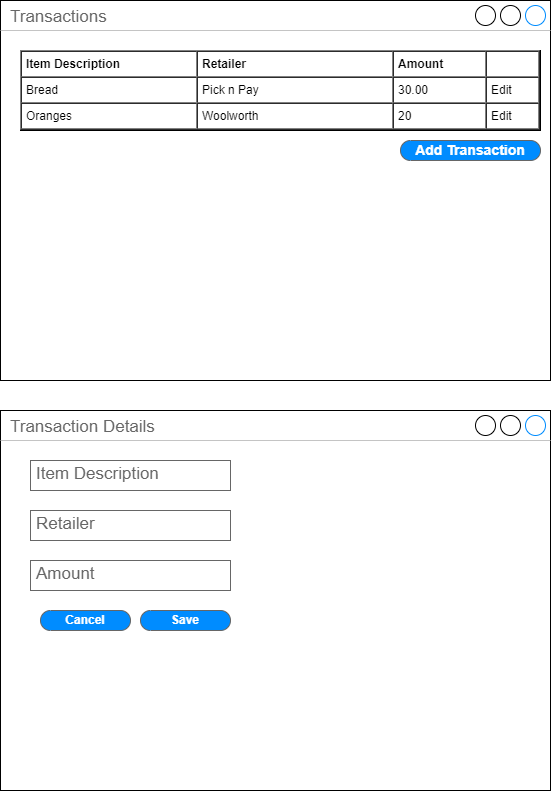
This is notes/img/wireframe.png from thefremus/devmojo, a draw.io export, as it was before one commit. Source tidied: cells renumbered, new cells last; positions are measured from the earlier drawing's top-left corner, leaving out a move shared by most shapes.
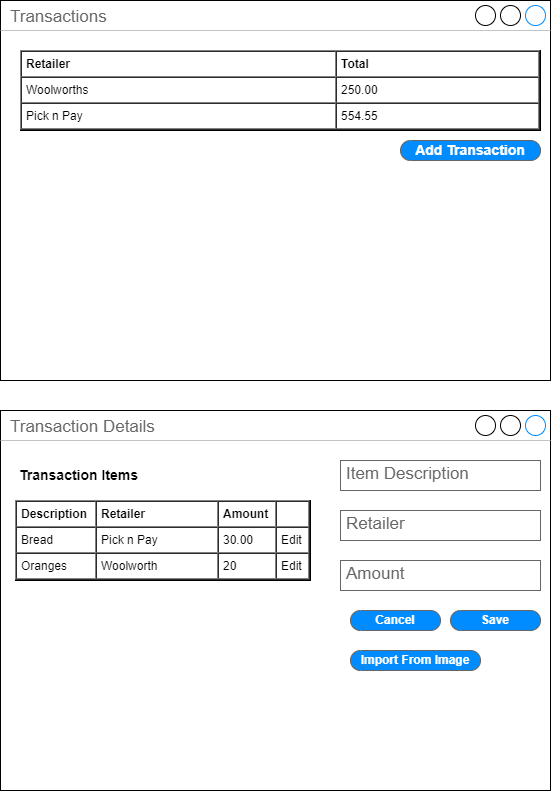
Later version of the same file.

The edit, as a diff of the source:
```diff
@@ -9,24 +9,33 @@
       <mxGeometry width="550" height="380" as="geometry" />
     </mxCell>
     <mxCell id="4" value="Item Description" style="strokeWidth=1;shadow=0;dashed=0;align=center;html=1;shape=mxgraph.mockup.text.textBox;fontColor=#666666;align=left;fontSize=17;spacingLeft=4;spacingTop=-3;strokeColor=#666666;mainText=;" parent="2" vertex="1">
-      <mxGeometry x="30" y="50" width="200" height="30" as="geometry" />
+      <mxGeometry x="340" y="50" width="200" height="30" as="geometry" />
     </mxCell>
     <mxCell id="5" value="Retailer" style="strokeWidth=1;shadow=0;dashed=0;align=center;html=1;shape=mxgraph.mockup.text.textBox;fontColor=#666666;align=left;fontSize=17;spacingLeft=4;spacingTop=-3;strokeColor=#666666;mainText=;" parent="2" vertex="1">
-      <mxGeometry x="30" y="100" width="200" height="30" as="geometry" />
+      <mxGeometry x="340" y="100" width="200" height="30" as="geometry" />
     </mxCell>
     <mxCell id="6" value="Amount" style="strokeWidth=1;shadow=0;dashed=0;align=center;html=1;shape=mxgraph.mockup.text.textBox;fontColor=#666666;align=left;fontSize=17;spacingLeft=4;spacingTop=-3;strokeColor=#666666;mainText=;" parent="2" vertex="1">
-      <mxGeometry x="30" y="150" width="200" height="30" as="geometry" />
+      <mxGeometry x="340" y="150" width="200" height="30" as="geometry" />
     </mxCell>
     <mxCell id="7" value="Save" style="strokeWidth=1;shadow=0;dashed=0;align=center;html=1;shape=mxgraph.mockup.buttons.button;strokeColor=#666666;fontColor=#ffffff;mainText=;buttonStyle=round;fontSize=12;fontStyle=1;fillColor=#008cff;whiteSpace=wrap;" parent="2" vertex="1">
-      <mxGeometry x="140" y="200" width="90" height="20" as="geometry" />
+      <mxGeometry x="450" y="200" width="90" height="20" as="geometry" />
     </mxCell>
     <mxCell id="8" value="Cancel" style="strokeWidth=1;shadow=0;dashed=0;align=center;html=1;shape=mxgraph.mockup.buttons.button;strokeColor=#666666;fontColor=#ffffff;mainText=;buttonStyle=round;fontSize=12;fontStyle=1;fillColor=#008cff;whiteSpace=wrap;" parent="2" vertex="1">
-      <mxGeometry x="40" y="200" width="90" height="20" as="geometry" />
+      <mxGeometry x="350" y="200" width="90" height="20" as="geometry" />
     </mxCell>
+    <mxCell id="12" value="Transaction Items" style="text;html=1;strokeColor=none;fillColor=none;align=left;verticalAlign=middle;whiteSpace=wrap;rounded=0;fontSize=14;fontStyle=1;" parent="2" vertex="1">
+      <mxGeometry x="17" y="50" width="192" height="30" as="geometry" />
+    </mxCell>
+    <mxCell id="13" value="&lt;table cellpadding=&quot;4&quot; cellspacing=&quot;0&quot; border=&quot;1&quot; style=&quot;font-size:1em;width:100%;height:100%;&quot;&gt;&lt;tbody&gt;&lt;tr&gt;&lt;th&gt;Description&lt;/th&gt;&lt;th&gt;Retailer&lt;/th&gt;&lt;td&gt;&lt;b&gt;Amount&lt;/b&gt;&lt;/td&gt;&lt;td&gt;&lt;br&gt;&lt;/td&gt;&lt;/tr&gt;&lt;tr&gt;&lt;td&gt;Bread&lt;/td&gt;&lt;td&gt;Pick n Pay&lt;span style=&quot;white-space: pre;&quot;&gt;&#9;&lt;/span&gt;&lt;/td&gt;&lt;td&gt;30.00&lt;/td&gt;&lt;td&gt;Edit&lt;/td&gt;&lt;/tr&gt;&lt;tr&gt;&lt;td&gt;Oranges&lt;/td&gt;&lt;td&gt;Woolworth&lt;span style=&quot;white-space: pre;&quot;&gt;&#9;&lt;/span&gt;&lt;span style=&quot;white-space: pre;&quot;&gt;&#9;&lt;/span&gt;&lt;/td&gt;&lt;td&gt;20&lt;/td&gt;&lt;td&gt;Edit&lt;/td&gt;&lt;/tr&gt;&lt;/tbody&gt;&lt;/table&gt; " style="verticalAlign=top;align=left;overflow=fill;fontSize=12;fontFamily=Helvetica;html=1;" parent="2" vertex="1">
+      <mxGeometry x="15" y="90" width="295" height="80" as="geometry" />
+    </mxCell>
+    <mxCell id="14" value="Import From Image" style="strokeWidth=1;shadow=0;dashed=0;align=center;html=1;shape=mxgraph.mockup.buttons.button;strokeColor=#666666;fontColor=#ffffff;mainText=;buttonStyle=round;fontSize=12;fontStyle=1;fillColor=#008cff;whiteSpace=wrap;" parent="2" vertex="1">
+      <mxGeometry x="350" y="240" width="130" height="20" as="geometry" />
+    </mxCell>
     <mxCell id="9" value="Transactions" style="strokeWidth=1;shadow=0;dashed=0;align=center;html=1;shape=mxgraph.mockup.containers.window;align=left;verticalAlign=top;spacingLeft=8;strokeColor2=#008cff;strokeColor3=#c4c4c4;fontColor=#666666;mainText=;fontSize=17;labelBackgroundColor=none;" parent="1" vertex="1">
       <mxGeometry width="550" height="380" as="geometry" />
     </mxCell>
-    <mxCell id="10" value="&lt;table cellpadding=&quot;4&quot; cellspacing=&quot;0&quot; border=&quot;1&quot; style=&quot;font-size:1em;width:100%;height:100%;&quot;&gt;&lt;tbody&gt;&lt;tr&gt;&lt;th&gt;Item Description&lt;/th&gt;&lt;th&gt;Retailer&lt;/th&gt;&lt;td&gt;&lt;b&gt;Amount&lt;/b&gt;&lt;/td&gt;&lt;td&gt;&lt;br&gt;&lt;/td&gt;&lt;/tr&gt;&lt;tr&gt;&lt;td&gt;Bread&lt;/td&gt;&lt;td&gt;Pick n Pay&lt;span style=&quot;white-space: pre;&quot;&gt;&#9;&lt;/span&gt;&lt;/td&gt;&lt;td&gt;30.00&lt;/td&gt;&lt;td&gt;Edit&lt;/td&gt;&lt;/tr&gt;&lt;tr&gt;&lt;td&gt;Oranges&lt;/td&gt;&lt;td&gt;Woolworth&lt;span style=&quot;white-space: pre;&quot;&gt;&#9;&lt;/span&gt;&lt;span style=&quot;white-space: pre;&quot;&gt;&#9;&lt;/span&gt;&lt;/td&gt;&lt;td&gt;20&lt;/td&gt;&lt;td&gt;Edit&lt;/td&gt;&lt;/tr&gt;&lt;/tbody&gt;&lt;/table&gt; " style="verticalAlign=top;align=left;overflow=fill;fontSize=12;fontFamily=Helvetica;html=1;" parent="1" vertex="1">
+    <mxCell id="10" value="&lt;table cellpadding=&quot;4&quot; cellspacing=&quot;0&quot; border=&quot;1&quot; style=&quot;font-size:1em;width:100%;height:100%;&quot;&gt;&lt;tbody&gt;&lt;tr&gt;&lt;th&gt;Retailer&lt;/th&gt;&lt;td&gt;&lt;b&gt;Total&lt;/b&gt;&lt;/td&gt;&lt;/tr&gt;&lt;tr&gt;&lt;td&gt;Woolworths&lt;/td&gt;&lt;td&gt;250.00&lt;/td&gt;&lt;/tr&gt;&lt;tr&gt;&lt;td&gt;Pick n Pay&lt;/td&gt;&lt;td&gt;554.55&lt;/td&gt;&lt;/tr&gt;&lt;/tbody&gt;&lt;/table&gt; " style="verticalAlign=top;align=left;overflow=fill;fontSize=12;fontFamily=Helvetica;html=1;" parent="1" vertex="1">
       <mxGeometry x="20" y="50" width="520" height="80" as="geometry" />
     </mxCell>
     <mxCell id="11" value="Add Transaction" style="strokeWidth=1;shadow=0;dashed=0;align=center;html=1;shape=mxgraph.mockup.buttons.button;strokeColor=#666666;fontColor=#ffffff;mainText=;buttonStyle=round;fontSize=14;fontStyle=1;fillColor=#008cff;whiteSpace=wrap;" parent="1" vertex="1">
```
